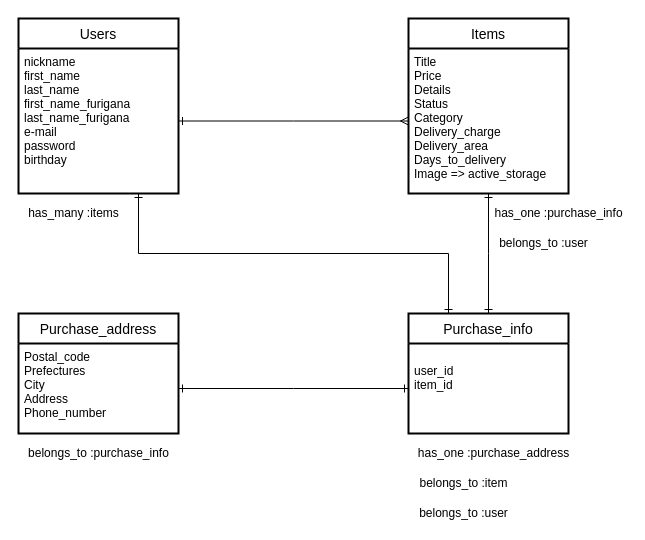
Before: furima.dio in ukkiy-ray/furima-31064, a draw.io diagram. Source tidied: cells renumbered, new cells numbered last; positions are measured from the earlier drawing's top-left corner, leaving out a move shared by most shapes. Both pictures are drawn from the tidied source at 100%, with x=0, y=0 at pixel (18, 18).
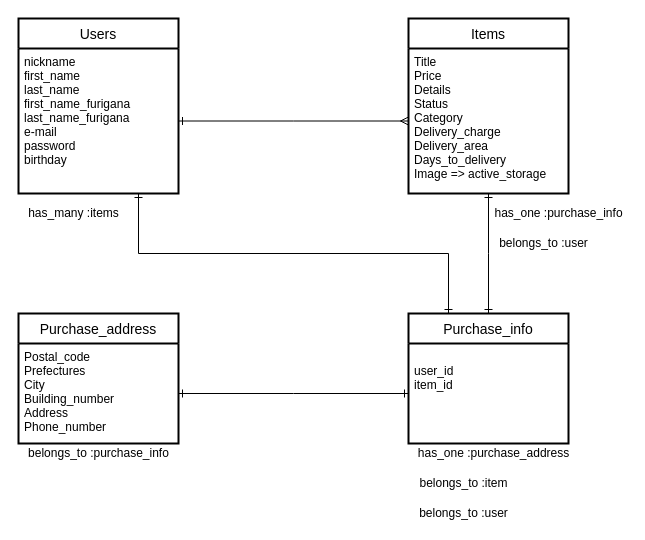
After the change.

Commit message (it also covers changes not shown here):
READEME.mdファイルのコード修正

Change to the diagram source:
```diff
@@
     <mxCell id="7" value="Purchase_address" style="swimlane;horizontal=1;startSize=30;rounded=0;fontSize=14;fontStyle=0;strokeWidth=2;shadow=0;dashed=0;align=center;" parent="1" vertex="1">
-      <mxGeometry y="295" width="160" height="120" as="geometry" />
+      <mxGeometry y="295" width="160" height="130" as="geometry" />
     </mxCell>
-    <mxCell id="8" value="Postal_code&#10;Prefectures&#10;City&#10;Address&#10;Phone_number" style="align=left;strokeColor=none;fillColor=none;spacingLeft=4;fontSize=12;verticalAlign=top;" parent="7" vertex="1">
-      <mxGeometry y="30" width="160" height="90" as="geometry" />
+    <mxCell id="8" value="Postal_code&#10;Prefectures&#10;City&#10;Building_number&#10;Address&#10;Phone_number" style="align=left;strokeColor=none;fillColor=none;spacingLeft=4;fontSize=12;verticalAlign=top;" parent="7" vertex="1">
+      <mxGeometry y="30" width="160" height="100" as="geometry" />
     </mxCell>
@@
     <mxCell id="10" value="Purchase_info" style="swimlane;horizontal=1;startSize=30;rounded=0;fontSize=14;fontStyle=0;strokeWidth=2;shadow=0;dashed=0;align=center;" parent="1" vertex="1">
-      <mxGeometry x="390" y="295" width="160" height="120" as="geometry" />
+      <mxGeometry x="390" y="295" width="160" height="130" as="geometry" />
     </mxCell>
     <mxCell id="11" value="&#10;user_id&#10;item_id" style="align=left;strokeColor=none;fillColor=none;spacingLeft=4;fontSize=12;verticalAlign=top;" parent="10" vertex="1">
-      <mxGeometry y="30" width="160" height="90" as="geometry" />
+      <mxGeometry y="30" width="160" height="100" as="geometry" />
     </mxCell>
```
